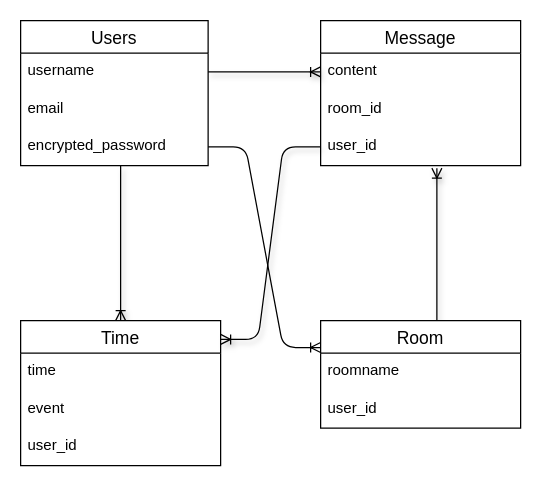
This is database.dio from GitHayato/actime, a draw.io file, before an edit. Source tidied: cells renumbered, new cells numbered last; positions are measured from the earlier drawing's top-left corner, leaving out a move shared by most shapes. Both pictures are drawn from the tidied source at 125%, with x=0, y=0 at pixel (20, 20).
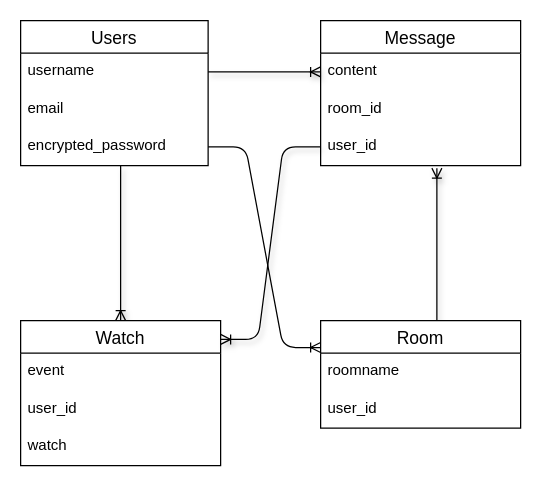
Above is the later version.

The edit, as a diff of the source:
```diff
@@
-    <mxCell id="12" value="Time" style="swimlane;fontStyle=0;horizontal=1;startSize=26;align=center;fontSize=14;" parent="1" vertex="1">
+    <mxCell id="12" value="Watch" style="swimlane;fontStyle=0;horizontal=1;startSize=26;align=center;fontSize=14;" parent="1" vertex="1">
       <mxGeometry y="240" width="160" height="116" as="geometry" />
     </mxCell>
-    <mxCell id="13" value="time" style="text;strokeColor=none;fillColor=none;spacingLeft=4;spacingRight=4;overflow=hidden;fontSize=12;" parent="12" vertex="1">
-      <mxGeometry y="26" width="160" height="30" as="geometry" />
-    </mxCell>
     <mxCell id="14" value="event" style="text;strokeColor=none;fillColor=none;spacingLeft=4;spacingRight=4;overflow=hidden;fontSize=12;" parent="12" vertex="1">
-      <mxGeometry y="56" width="160" height="30" as="geometry" />
+      <mxGeometry y="26" width="160" height="30" as="geometry" />
     </mxCell>
     <mxCell id="15" value="user_id" style="text;strokeColor=none;fillColor=none;spacingLeft=4;spacingRight=4;overflow=hidden;fontSize=12;" parent="12" vertex="1">
-      <mxGeometry y="86" width="160" height="30" as="geometry" />
+      <mxGeometry y="56" width="160" height="30" as="geometry" />
     </mxCell>
+    <mxCell id="13" value="watch" style="text;strokeColor=none;fillColor=none;spacingLeft=4;spacingRight=4;overflow=hidden;fontSize=12;" parent="12" vertex="1">
+      <mxGeometry y="86" width="160" height="30" as="geometry" />
+    </mxCell>
```
